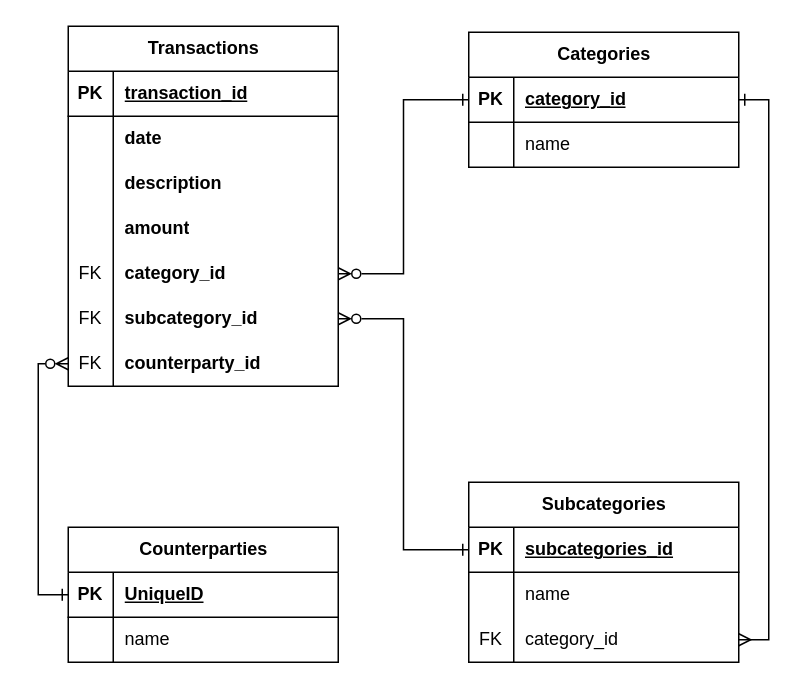
The draw.io diagram ERDiagram.drawio in lunaf-github/smartbudget, before the edit. Source tidied: cells renumbered, new cells numbered last; positions are measured from the earlier drawing's top-left corner, leaving out a move shared by most shapes. Both pictures are drawn from the tidied source at 150%, with x=0, y=0 at pixel (68, 26).
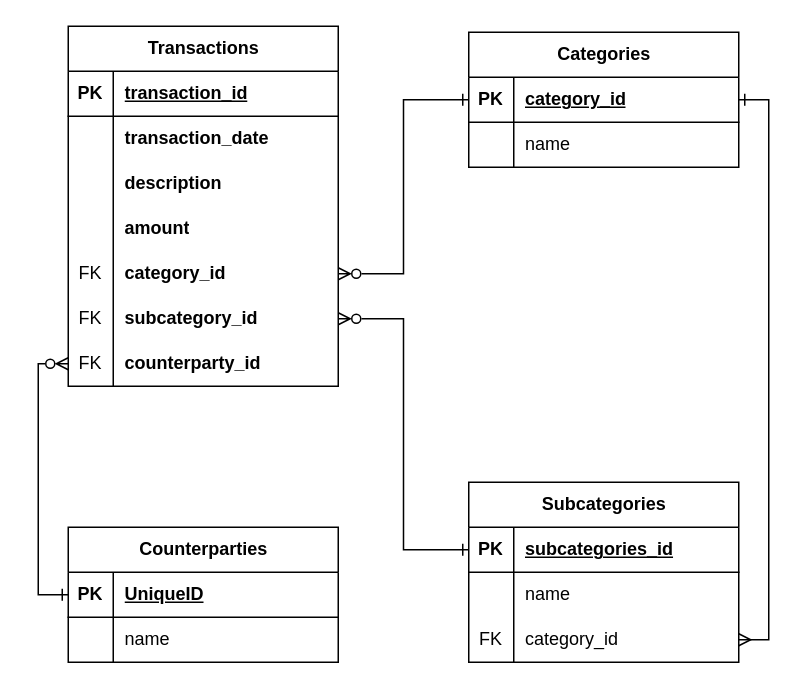
The same page after the edit.

Commit message (it also covers changes not shown here):
upate ER diagram

Unchanged cells that the change refers to:
```xml
<mxCell id="6" style="shape=tableRow;horizontal=0;startSize=0;swimlaneHead=0;swimlaneBody=0;fillColor=none;top=0;left=0;right=0;bottom=0;" parent="2" vertex="1">
  <mxGeometry y="60" width="180" height="30" as="geometry" />
</mxCell>
```

What changed in the source:
```diff
@@
-    <mxCell id="8" value="date" style="shape=partialRectangle;fillColor=none;top=0;left=0;bottom=0;right=0;align=left;spacingLeft=6;overflow=hidden;whiteSpace=wrap;html=1;fontStyle=1;" parent="6" vertex="1">
+    <mxCell id="8" value="transaction_date" style="shape=partialRectangle;fillColor=none;top=0;left=0;bottom=0;right=0;align=left;spacingLeft=6;overflow=hidden;whiteSpace=wrap;html=1;fontStyle=1;" parent="6" vertex="1">
       <mxGeometry x="30" width="150" height="30" as="geometry" />
     </mxCell>
```
